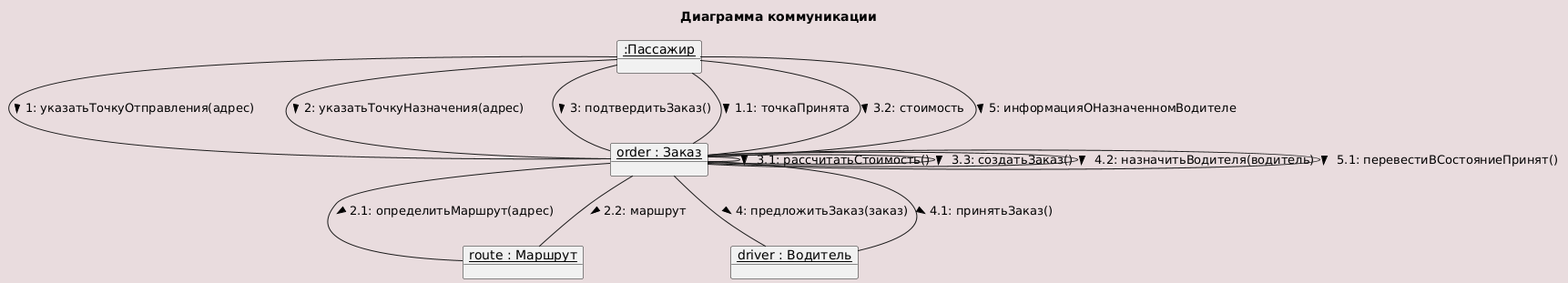
Before: out/png/communication.png, a diagram exported from PlantUML (Allureeee/uml-kuznetsova-20).
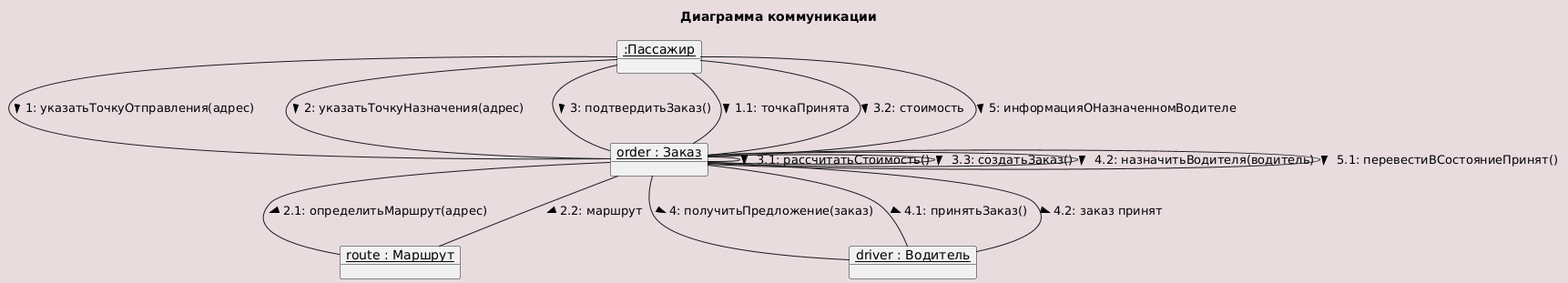
After the commit.

What changed in the source:
```diff
@@ -20,8 +20,9 @@
 
 order -- order : 3.3: создатьЗаказ() >
 
-order -- driver : 4: предложитьЗаказ(заказ) >
+order -- driver : 4: получитьПредложение(заказ) >
 driver -- order : 4.1: принятьЗаказ() <
+driver -- order : 4.2: заказ принят <
 order -- order : 4.2: назначитьВодителя(водитель) >
 
 order -- passenger : 5: информацияОНазначенномВодителе <
```
